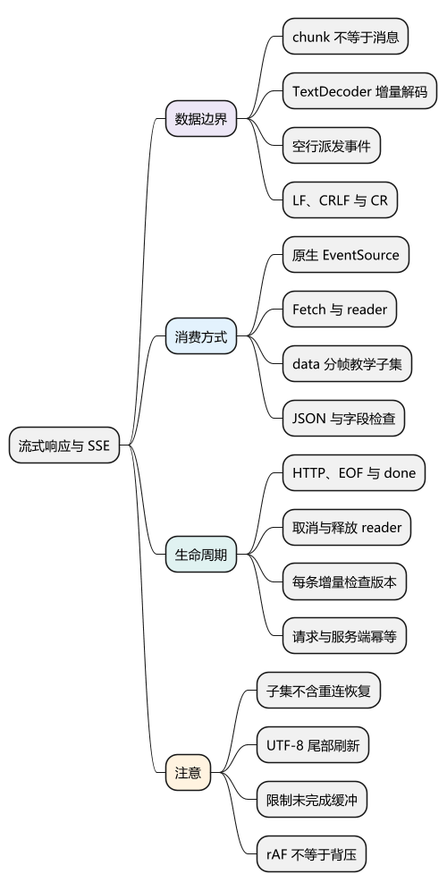
Earlier version of the PlantUML export docs/AI前端全栈教材/01_JavaScript/06_选读扩展/examples/c28-mindmap.png (chenx18/JAVA).
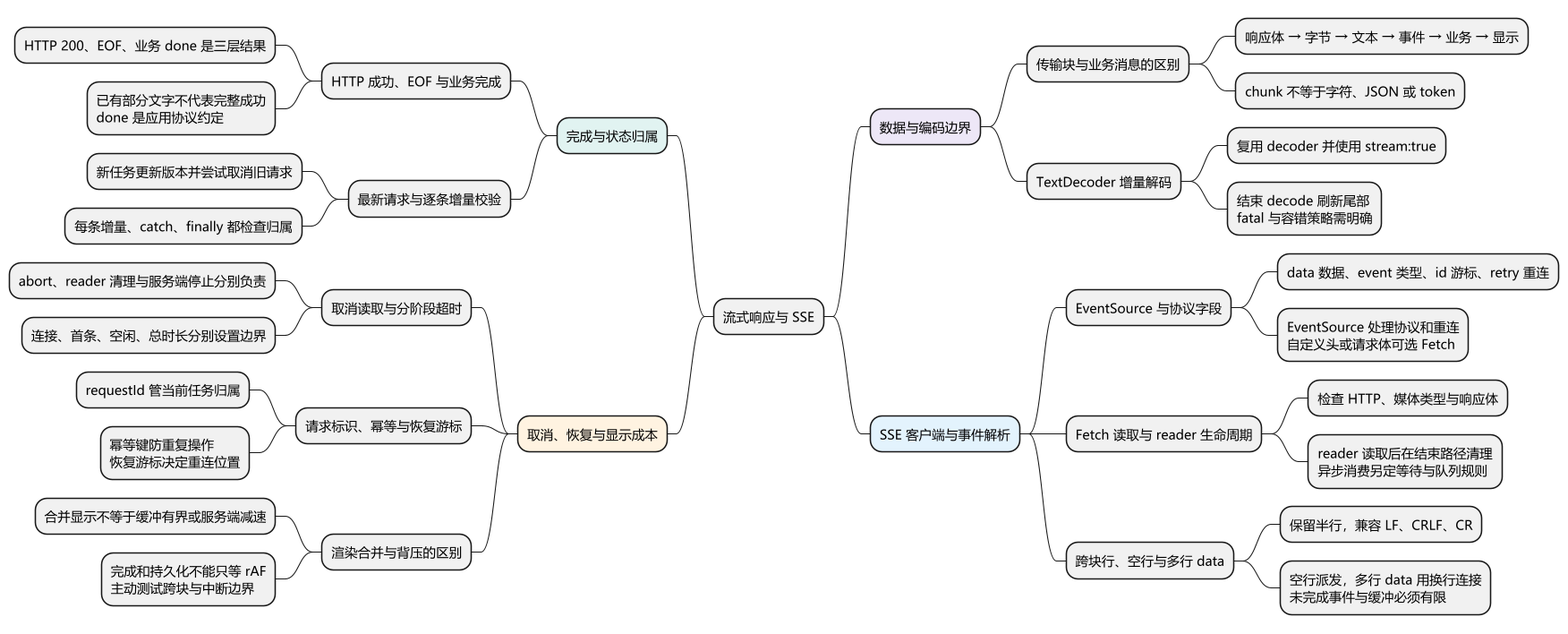
After the commit.

Change to the diagram source:
```diff
@@ -6,25 +6,40 @@
 skinparam shadowing false
 
 * 流式响应与 SSE
-**[#EDE7F6] 数据边界
-*** chunk 不等于消息
+**[#EDE7F6] 数据与编码边界
+*** 传输块与业务消息的区别
+**** 响应体 → 字节 → 文本 → 事件 → 业务 → 显示
+**** chunk 不等于字符、JSON 或 token
 *** TextDecoder 增量解码
-*** 空行派发事件
-*** LF、CRLF 与 CR
-**[#E3F2FD] 消费方式
-*** 原生 EventSource
-*** Fetch 与 reader
-*** data 分帧教学子集
-*** JSON 与字段检查
-**[#E0F2F1] 生命周期
-*** HTTP、EOF 与 done
-*** 取消与释放 reader
-*** 每条增量检查版本
-*** 请求与服务端幂等
-**[#FFF3E0] 注意
-*** 子集不含重连恢复
-*** UTF-8 尾部刷新
-*** 限制未完成缓冲
-*** rAF 不等于背压
+**** 复用 decoder 并使用 stream:true
+**** 结束 decode 刷新尾部\nfatal 与容错策略需明确
+**[#E3F2FD] SSE 客户端与事件解析
+*** EventSource 与协议字段
+**** data 数据、event 类型、id 游标、retry 重连
+**** EventSource 处理协议和重连\n自定义头或请求体可选 Fetch
+*** Fetch 读取与 reader 生命周期
+**** 检查 HTTP、媒体类型与响应体
+**** reader 读取后在结束路径清理\n异步消费另定等待与队列规则
+*** 跨块行、空行与多行 data
+**** 保留半行，兼容 LF、CRLF、CR
+**** 空行派发，多行 data 用换行连接\n未完成事件与缓冲必须有限
+left side
+**[#E0F2F1] 完成与状态归属
+*** HTTP 成功、EOF 与业务完成
+**** HTTP 200、EOF、业务 done 是三层结果
+**** 已有部分文字不代表完整成功\ndone 是应用协议约定
+*** 最新请求与逐条增量校验
+**** 新任务更新版本并尝试取消旧请求
+**** 每条增量、catch、finally 都检查归属
+**[#FFF3E0] 取消、恢复与显示成本
+*** 取消读取与分阶段超时
+**** abort、reader 清理与服务端停止分别负责
+**** 连接、首条、空闲、总时长分别设置边界
+*** 请求标识、幂等与恢复游标
+**** requestId 管当前任务归属
+**** 幂等键防重复操作\n恢复游标决定重连位置
+*** 渲染合并与背压的区别
+**** 合并显示不等于缓冲有界或服务端减速
+**** 完成和持久化不能只等 rAF\n主动测试跨块与中断边界
 
 @endmindmap
```
